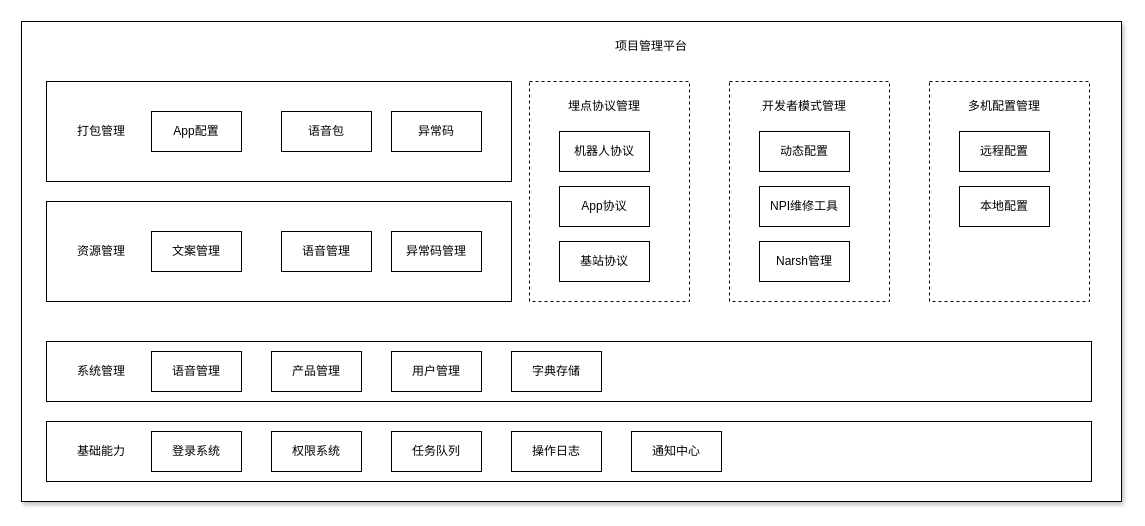
Jooolee/my-drawio keeps this draw.io diagram as pmp_roadmap.drawio. Above is the earlier version. Source tidied: cells renumbered, new cells numbered last; positions are measured from the earlier drawing's top-left corner, leaving out a move shared by most shapes. Both pictures are drawn from the tidied source at 100%, with x=0, y=0 at pixel (21, 21).
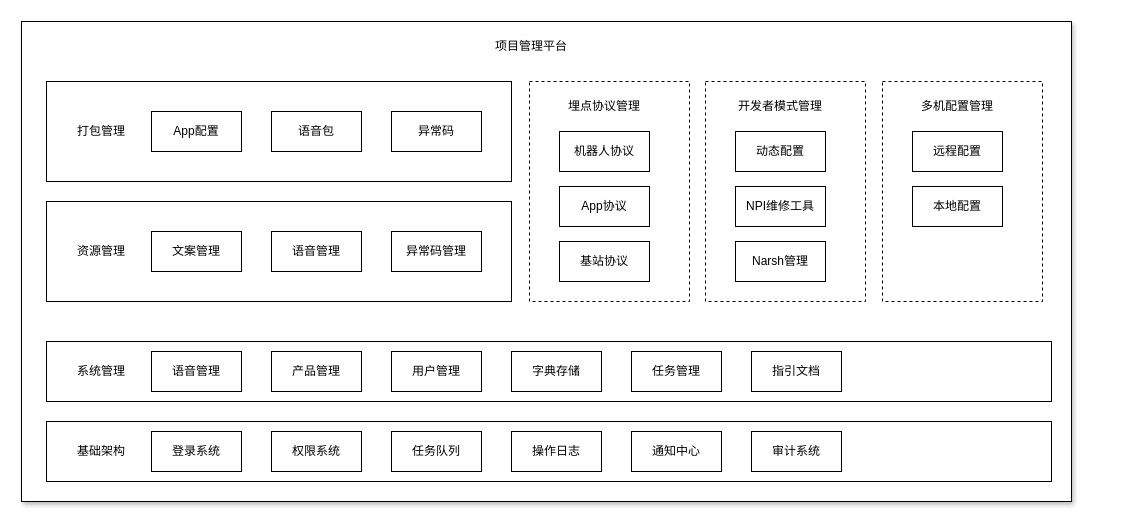
The same page after the edit.

Change to the diagram source:
```diff
@@
     <mxCell id="2" style="rounded=0;whiteSpace=wrap;html=1;shadow=1;" parent="1" vertex="1">
-      <mxGeometry width="1100" height="480" as="geometry" />
+      <mxGeometry width="1050" height="480" as="geometry" />
     </mxCell>
     <mxCell id="3" value="项目管理平台" style="text;html=1;align=center;verticalAlign=middle;whiteSpace=wrap;rounded=0;" parent="1" vertex="1">
-      <mxGeometry x="580" y="10" width="100" height="30" as="geometry" />
+      <mxGeometry x="460" y="10" width="100" height="30" as="geometry" />
     </mxCell>
@@
     <mxCell id="6" value="语音包" style="rounded=0;whiteSpace=wrap;html=1;" parent="1" vertex="1">
-      <mxGeometry x="260" y="90" width="90" height="40" as="geometry" />
+      <mxGeometry x="250" y="90" width="90" height="40" as="geometry" />
     </mxCell>
@@
     <mxCell id="11" value="语音管理" style="rounded=0;whiteSpace=wrap;html=1;" parent="1" vertex="1">
-      <mxGeometry x="260" y="210" width="90" height="40" as="geometry" />
+      <mxGeometry x="250" y="210" width="90" height="40" as="geometry" />
     </mxCell>
@@
     <mxCell id="19" style="rounded=0;whiteSpace=wrap;html=1;dashed=1;" parent="1" vertex="1">
-      <mxGeometry x="708" y="60" width="160" height="220" as="geometry" />
+      <mxGeometry x="684" y="60" width="160" height="220" as="geometry" />
     </mxCell>
     <mxCell id="20" value="动态配置" style="rounded=0;whiteSpace=wrap;html=1;" parent="1" vertex="1">
-      <mxGeometry x="738" y="110" width="90" height="40" as="geometry" />
+      <mxGeometry x="714" y="110" width="90" height="40" as="geometry" />
     </mxCell>
     <mxCell id="21" value="NPI维修工具" style="rounded=0;whiteSpace=wrap;html=1;" parent="1" vertex="1">
-      <mxGeometry x="738" y="165" width="90" height="40" as="geometry" />
+      <mxGeometry x="714" y="165" width="90" height="40" as="geometry" />
     </mxCell>
     <mxCell id="22" value="Narsh管理" style="rounded=0;whiteSpace=wrap;html=1;" parent="1" vertex="1">
-      <mxGeometry x="738" y="220" width="90" height="40" as="geometry" />
+      <mxGeometry x="714" y="220" width="90" height="40" as="geometry" />
     </mxCell>
     <mxCell id="23" value="开发者模式管理" style="text;html=1;align=center;verticalAlign=middle;whiteSpace=wrap;rounded=0;" parent="1" vertex="1">
-      <mxGeometry x="738" y="70" width="90" height="30" as="geometry" />
+      <mxGeometry x="714" y="70" width="90" height="30" as="geometry" />
     </mxCell>
     <mxCell id="24" style="rounded=0;whiteSpace=wrap;html=1;dashed=1;" parent="1" vertex="1">
-      <mxGeometry x="908" y="60" width="160" height="220" as="geometry" />
+      <mxGeometry x="861" y="60" width="160" height="220" as="geometry" />
     </mxCell>
     <mxCell id="25" value="远程配置" style="rounded=0;whiteSpace=wrap;html=1;" parent="1" vertex="1">
-      <mxGeometry x="938" y="110" width="90" height="40" as="geometry" />
+      <mxGeometry x="891" y="110" width="90" height="40" as="geometry" />
     </mxCell>
     <mxCell id="26" value="本地配置" style="rounded=0;whiteSpace=wrap;html=1;" parent="1" vertex="1">
-      <mxGeometry x="938" y="165" width="90" height="40" as="geometry" />
+      <mxGeometry x="891" y="165" width="90" height="40" as="geometry" />
     </mxCell>
     <mxCell id="27" value="多机配置管理" style="text;html=1;align=center;verticalAlign=middle;whiteSpace=wrap;rounded=0;" parent="1" vertex="1">
-      <mxGeometry x="938" y="70" width="90" height="30" as="geometry" />
+      <mxGeometry x="891" y="70" width="90" height="30" as="geometry" />
     </mxCell>
     <mxCell id="28" style="rounded=0;whiteSpace=wrap;html=1;" parent="1" vertex="1">
-      <mxGeometry x="25" y="320" width="1045" height="60" as="geometry" />
+      <mxGeometry x="25" y="320" width="1005" height="60" as="geometry" />
     </mxCell>
@@
     <mxCell id="34" style="rounded=0;whiteSpace=wrap;html=1;" parent="1" vertex="1">
-      <mxGeometry x="25" y="400" width="1045" height="60" as="geometry" />
+      <mxGeometry x="25" y="400" width="1005" height="60" as="geometry" />
     </mxCell>
-    <mxCell id="35" value="基础能力" style="text;html=1;align=center;verticalAlign=middle;whiteSpace=wrap;rounded=0;" parent="1" vertex="1">
+    <mxCell id="35" value="基础架构" style="text;html=1;align=center;verticalAlign=middle;whiteSpace=wrap;rounded=0;" parent="1" vertex="1">
       <mxGeometry x="50" y="415" width="60" height="30" as="geometry" />
     </mxCell>
@@
+    <mxCell id="41" value="任务管理" style="rounded=0;whiteSpace=wrap;html=1;" parent="1" vertex="1">
+      <mxGeometry x="610" y="330" width="90" height="40" as="geometry" />
+    </mxCell>
+    <mxCell id="42" value="指引文档" style="rounded=0;whiteSpace=wrap;html=1;" parent="1" vertex="1">
+      <mxGeometry x="730" y="330" width="90" height="40" as="geometry" />
+    </mxCell>
+    <mxCell id="43" value="审计系统" style="rounded=0;whiteSpace=wrap;html=1;" parent="1" vertex="1">
+      <mxGeometry x="730" y="410" width="90" height="40" as="geometry" />
+    </mxCell>
```
